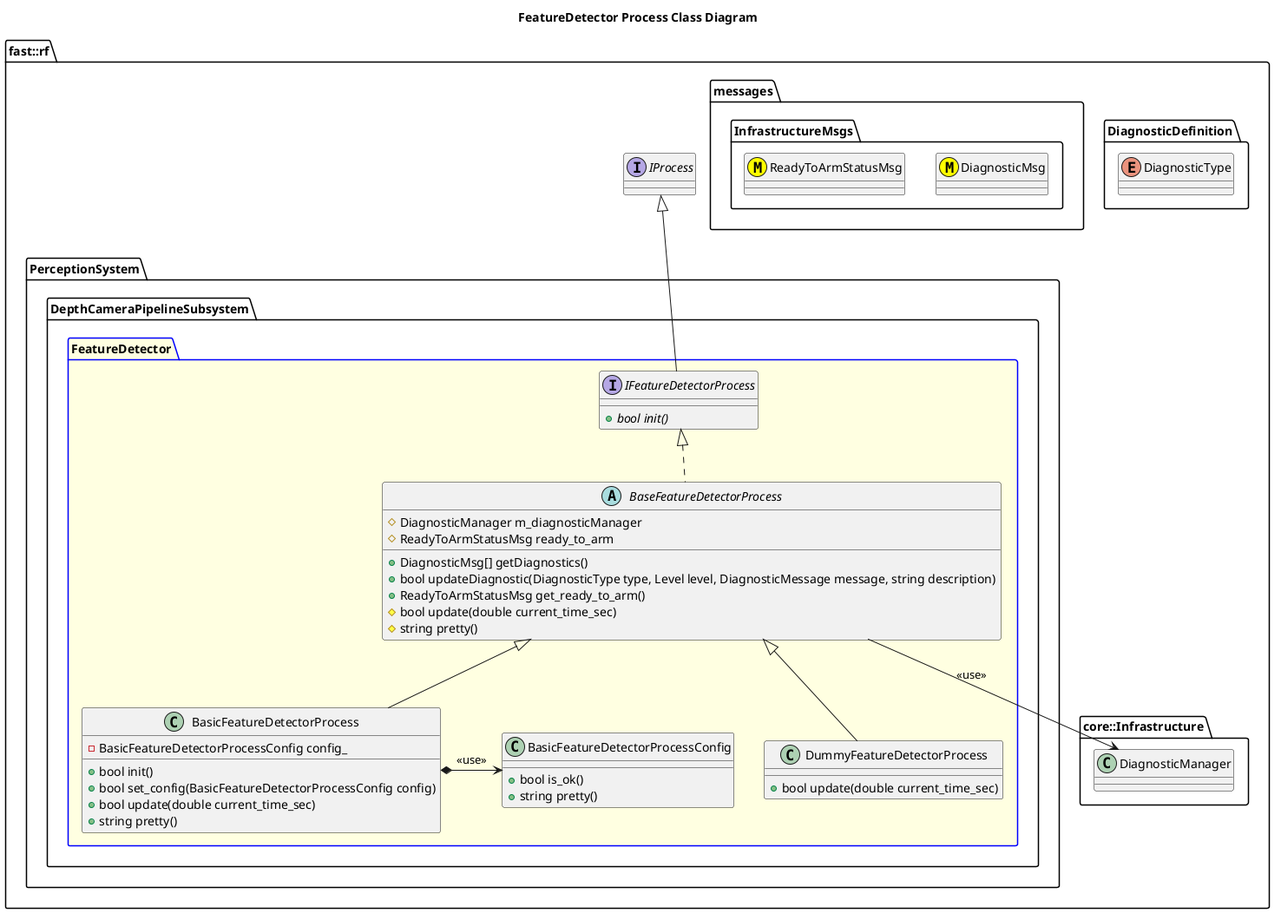
Before: Systems/Perception/Subsystems/DepthCameraPipeline/Processes/FeatureDetector/doc/puml/FeatureDetectorProcessClassDiagram.png, a diagram exported from PlantUML (fastrobotics/robot_framework). Source of this version:
```plantuml
@startuml
title FeatureDetector Process Class Diagram

namespace fast::rf {
  namespace DiagnosticDefinition {
    enum DiagnosticType
  }
  namespace messages {
    namespace InfrastructureMsgs {
      class DiagnosticMsg <<(M,#FFFF00)>>
      class ReadyToArmStatusMsg <<(M,#FFFF00)>>
    }
  }
  namespace core::Infrastructure {
    class DiagnosticManager
  }
  interface IProcess
  namespace PerceptionSystem {
    namespace DepthCameraPipelineSubsystem {
      package FeatureDetector #LightYellow;line:blue {

        interface IFeatureDetectorProcess  {
          +{abstract} bool init()
        }
        IFeatureDetectorProcess -up-|> IProcess
        abstract BaseFeatureDetectorProcess {
          +DiagnosticMsg[] getDiagnostics()
          +bool updateDiagnostic(DiagnosticType type, Level level, DiagnosticMessage message, string description)
          +ReadyToArmStatusMsg get_ready_to_arm()
          #bool update(double current_time_sec)
          #string pretty()
          #DiagnosticManager m_diagnosticManager
          #ReadyToArmStatusMsg ready_to_arm

        }
        BaseFeatureDetectorProcess .up.|> IFeatureDetectorProcess
        BaseFeatureDetectorProcess --> DiagnosticManager: <<use>>
        class BasicFeatureDetectorProcessConfig {
          +bool is_ok()
          +string pretty()
        }
        class BasicFeatureDetectorProcess {
          +bool init()
          +bool set_config(BasicFeatureDetectorProcessConfig config)
          +bool update(double current_time_sec)
	  +string pretty()
          -BasicFeatureDetectorProcessConfig config_
        }
        BasicFeatureDetectorProcess -up-|> BaseFeatureDetectorProcess
        BasicFeatureDetectorProcess *-> BasicFeatureDetectorProcessConfig: <<use>>
        class DummyFeatureDetectorProcess {
          +bool update(double current_time_sec)
        }
        DummyFeatureDetectorProcess -up-|> BaseFeatureDetectorProcess
      }
    }
  }
}
@enduml
```
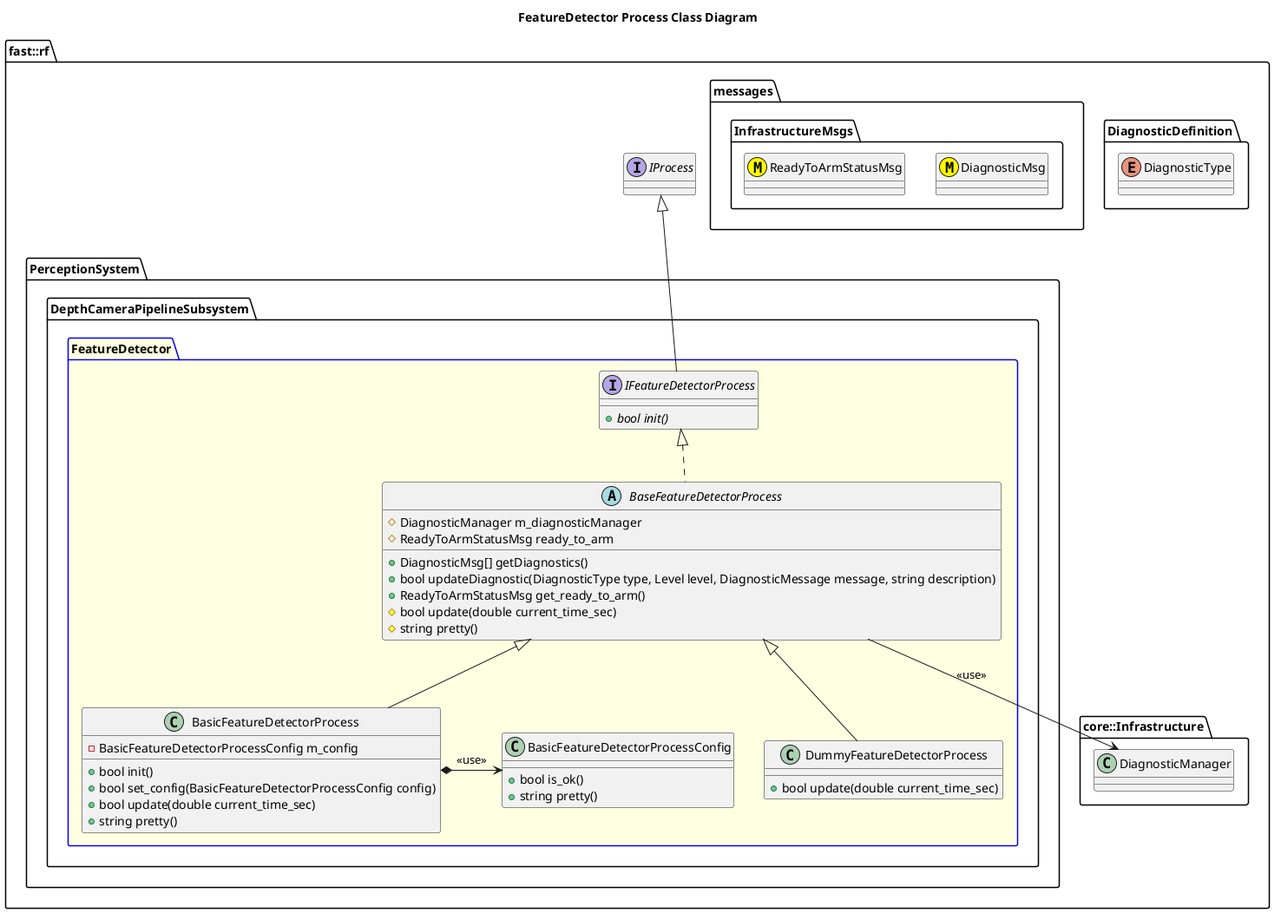
After the change.

The edit, as a diff of the source:
```diff
@@ -43,8 +43,8 @@
           +bool init()
           +bool set_config(BasicFeatureDetectorProcessConfig config)
           +bool update(double current_time_sec)
-	  +string pretty()
-          -BasicFeatureDetectorProcessConfig config_
+	        +string pretty()
+          -BasicFeatureDetectorProcessConfig m_config
         }
         BasicFeatureDetectorProcess -up-|> BaseFeatureDetectorProcess
         BasicFeatureDetectorProcess *-> BasicFeatureDetectorProcessConfig: <<use>>
```
